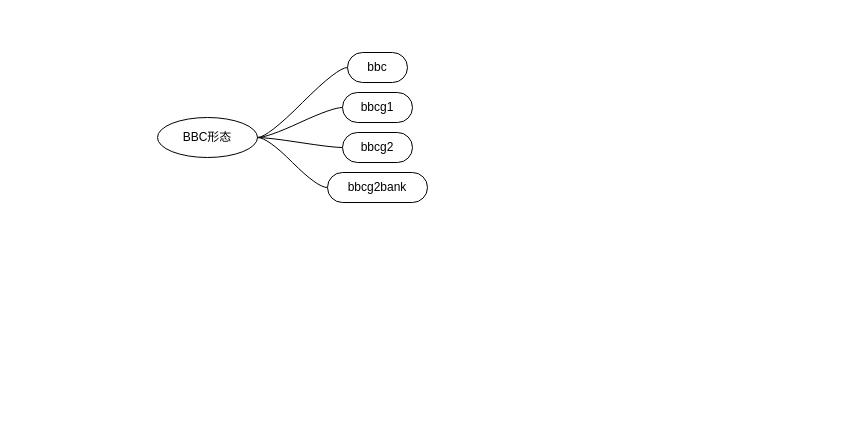
Earlier version of the draw.io diagram page "BBC环境" (3 of 4) of B+.drawio (huturenji/drawio). Source tidied: cells renumbered, new cells numbered last; positions are measured from the earlier drawing's top-left corner, leaving out a move shared by most shapes. Both pictures are drawn from the tidied source at 100%, with x=0, y=0 at pixel (17, 17).
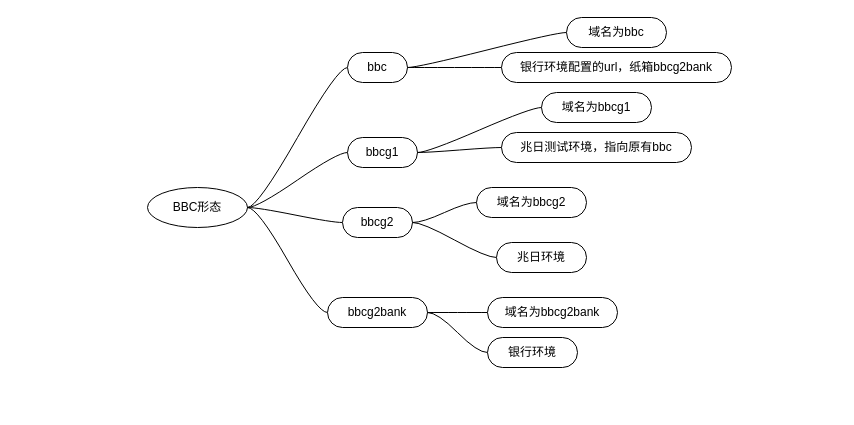
Above is the later version.

The change refers to these unchanged cells:
```xml
<mxCell id="5" value="bbc" style="whiteSpace=wrap;html=1;rounded=1;arcSize=50;align=center;verticalAlign=middle;strokeWidth=1;spacing=4;newEdgeStyle={&quot;edgeStyle&quot;:&quot;entityRelationEdgeStyle&quot;,&quot;startArrow&quot;:&quot;none&quot;,&quot;endArrow&quot;:&quot;none&quot;,&quot;segment&quot;:10,&quot;curved&quot;:1};" parent="2" vertex="1">
  <mxGeometry x="330" y="35" width="60" height="30" as="geometry" />
</mxCell>
```

The edit, as a diff of the source:
```diff
@@
     <mxCell id="2" style="swimlane;startSize=20;horizontal=1;containerType=tree;strokeColor=none;fillColor=none;" parent="1" vertex="1">
-      <mxGeometry width="420" height="185" as="geometry" />
+      <mxGeometry width="820" height="390" as="geometry" />
     </mxCell>
@@
     <mxCell id="4" value="BBC形态" style="ellipse;whiteSpace=wrap;html=1;align=center;newEdgeStyle={&quot;edgeStyle&quot;:&quot;entityRelationEdgeStyle&quot;,&quot;startArrow&quot;:&quot;none&quot;,&quot;endArrow&quot;:&quot;none&quot;,&quot;segment&quot;:10,&quot;curved&quot;:1};" parent="2" vertex="1">
-      <mxGeometry x="140" y="100" width="100" height="40" as="geometry" />
+      <mxGeometry x="130" y="170" width="100" height="40" as="geometry" />
     </mxCell>
@@
     <mxCell id="7" value="bbcg1" style="whiteSpace=wrap;html=1;rounded=1;arcSize=50;align=center;verticalAlign=middle;strokeWidth=1;spacing=4;newEdgeStyle={&quot;edgeStyle&quot;:&quot;entityRelationEdgeStyle&quot;,&quot;startArrow&quot;:&quot;none&quot;,&quot;endArrow&quot;:&quot;none&quot;,&quot;segment&quot;:10,&quot;curved&quot;:1};" parent="2" vertex="1">
-      <mxGeometry x="325" y="75" width="70" height="30" as="geometry" />
+      <mxGeometry x="330" y="120" width="70" height="30" as="geometry" />
     </mxCell>
@@
     <mxCell id="9" value="bbcg2" style="whiteSpace=wrap;html=1;rounded=1;arcSize=50;align=center;verticalAlign=middle;strokeWidth=1;spacing=4;newEdgeStyle={&quot;edgeStyle&quot;:&quot;entityRelationEdgeStyle&quot;,&quot;startArrow&quot;:&quot;none&quot;,&quot;endArrow&quot;:&quot;none&quot;,&quot;segment&quot;:10,&quot;curved&quot;:1};" parent="2" vertex="1">
-      <mxGeometry x="325" y="115" width="70" height="30" as="geometry" />
+      <mxGeometry x="325" y="190" width="70" height="30" as="geometry" />
     </mxCell>
@@
     <mxCell id="11" value="bbcg2bank" style="whiteSpace=wrap;html=1;rounded=1;arcSize=50;align=center;verticalAlign=middle;strokeWidth=1;spacing=4;newEdgeStyle={&quot;edgeStyle&quot;:&quot;entityRelationEdgeStyle&quot;,&quot;startArrow&quot;:&quot;none&quot;,&quot;endArrow&quot;:&quot;none&quot;,&quot;segment&quot;:10,&quot;curved&quot;:1};" parent="2" vertex="1">
-      <mxGeometry x="310" y="155" width="100" height="30" as="geometry" />
+      <mxGeometry x="310" y="280" width="100" height="30" as="geometry" />
     </mxCell>
+    <mxCell id="12" style="edgeStyle=entityRelationEdgeStyle;startArrow=none;endArrow=none;segment=10;curved=1;rounded=0;" parent="2" edge="1" source="5" target="13">
+      <mxGeometry relative="1" as="geometry" />
+    </mxCell>
+    <mxCell id="13" value="银行环境配置的url，纸箱bbcg2bank" style="whiteSpace=wrap;html=1;rounded=1;arcSize=50;align=center;verticalAlign=middle;strokeWidth=1;spacing=4;newEdgeStyle={&quot;edgeStyle&quot;:&quot;entityRelationEdgeStyle&quot;,&quot;startArrow&quot;:&quot;none&quot;,&quot;endArrow&quot;:&quot;none&quot;,&quot;segment&quot;:10,&quot;curved&quot;:1};" parent="2" vertex="1">
+      <mxGeometry x="484" y="35" width="230" height="30" as="geometry" />
+    </mxCell>
+    <mxCell id="14" style="edgeStyle=entityRelationEdgeStyle;startArrow=none;endArrow=none;segment=10;curved=1;rounded=0;" parent="2" edge="1" source="7" target="15">
+      <mxGeometry relative="1" as="geometry" />
+    </mxCell>
+    <mxCell id="15" value="域名为bbcg1" style="whiteSpace=wrap;html=1;rounded=1;arcSize=50;align=center;verticalAlign=middle;strokeWidth=1;spacing=4;newEdgeStyle={&quot;edgeStyle&quot;:&quot;entityRelationEdgeStyle&quot;,&quot;startArrow&quot;:&quot;none&quot;,&quot;endArrow&quot;:&quot;none&quot;,&quot;segment&quot;:10,&quot;curved&quot;:1};" parent="2" vertex="1">
+      <mxGeometry x="524" y="75" width="110" height="30" as="geometry" />
+    </mxCell>
+    <mxCell id="16" style="edgeStyle=entityRelationEdgeStyle;startArrow=none;endArrow=none;segment=10;curved=1;rounded=0;" parent="2" edge="1" source="9" target="17">
+      <mxGeometry relative="1" as="geometry" />
+    </mxCell>
+    <mxCell id="17" value="域名为bbcg2" style="whiteSpace=wrap;html=1;rounded=1;arcSize=50;align=center;verticalAlign=middle;strokeWidth=1;spacing=4;newEdgeStyle={&quot;edgeStyle&quot;:&quot;entityRelationEdgeStyle&quot;,&quot;startArrow&quot;:&quot;none&quot;,&quot;endArrow&quot;:&quot;none&quot;,&quot;segment&quot;:10,&quot;curved&quot;:1};" parent="2" vertex="1">
+      <mxGeometry x="459" y="170" width="110" height="30" as="geometry" />
+    </mxCell>
+    <mxCell id="18" style="edgeStyle=entityRelationEdgeStyle;startArrow=none;endArrow=none;segment=10;curved=1;rounded=0;" parent="2" edge="1" source="11" target="19">
+      <mxGeometry relative="1" as="geometry" />
+    </mxCell>
+    <mxCell id="19" value="域名为bbcg2bank" style="whiteSpace=wrap;html=1;rounded=1;arcSize=50;align=center;verticalAlign=middle;strokeWidth=1;spacing=4;newEdgeStyle={&quot;edgeStyle&quot;:&quot;entityRelationEdgeStyle&quot;,&quot;startArrow&quot;:&quot;none&quot;,&quot;endArrow&quot;:&quot;none&quot;,&quot;segment&quot;:10,&quot;curved&quot;:1};" parent="2" vertex="1">
+      <mxGeometry x="470" y="280" width="130" height="30" as="geometry" />
+    </mxCell>
+    <mxCell id="20" style="edgeStyle=entityRelationEdgeStyle;startArrow=none;endArrow=none;segment=10;curved=1;rounded=0;" parent="2" edge="1" source="5" target="21">
+      <mxGeometry relative="1" as="geometry" />
+    </mxCell>
+    <mxCell id="21" value="域名为bbc" style="whiteSpace=wrap;html=1;rounded=1;arcSize=50;align=center;verticalAlign=middle;strokeWidth=1;spacing=4;newEdgeStyle={&quot;edgeStyle&quot;:&quot;entityRelationEdgeStyle&quot;,&quot;startArrow&quot;:&quot;none&quot;,&quot;endArrow&quot;:&quot;none&quot;,&quot;segment&quot;:10,&quot;curved&quot;:1};" parent="2" vertex="1">
+      <mxGeometry x="549" width="100" height="30" as="geometry" />
+    </mxCell>
+    <mxCell id="22" style="edgeStyle=entityRelationEdgeStyle;startArrow=none;endArrow=none;segment=10;curved=1;rounded=0;" parent="2" edge="1" source="7" target="23">
+      <mxGeometry relative="1" as="geometry" />
+    </mxCell>
+    <mxCell id="23" value="兆日测试环境，指向原有bbc" style="whiteSpace=wrap;html=1;rounded=1;arcSize=50;align=center;verticalAlign=middle;strokeWidth=1;spacing=4;newEdgeStyle={&quot;edgeStyle&quot;:&quot;entityRelationEdgeStyle&quot;,&quot;startArrow&quot;:&quot;none&quot;,&quot;endArrow&quot;:&quot;none&quot;,&quot;segment&quot;:10,&quot;curved&quot;:1};" parent="2" vertex="1">
+      <mxGeometry x="484" y="115" width="190" height="30" as="geometry" />
+    </mxCell>
+    <mxCell id="24" style="edgeStyle=entityRelationEdgeStyle;startArrow=none;endArrow=none;segment=10;curved=1;rounded=0;" parent="2" edge="1" source="9" target="25">
+      <mxGeometry relative="1" as="geometry" />
+    </mxCell>
+    <mxCell id="25" value="兆日环境" style="whiteSpace=wrap;html=1;rounded=1;arcSize=50;align=center;verticalAlign=middle;strokeWidth=1;spacing=4;newEdgeStyle={&quot;edgeStyle&quot;:&quot;entityRelationEdgeStyle&quot;,&quot;startArrow&quot;:&quot;none&quot;,&quot;endArrow&quot;:&quot;none&quot;,&quot;segment&quot;:10,&quot;curved&quot;:1};" parent="2" vertex="1">
+      <mxGeometry x="479" y="225" width="90" height="30" as="geometry" />
+    </mxCell>
+    <mxCell id="26" style="edgeStyle=orthogonalEdgeStyle;rounded=0;orthogonalLoop=1;jettySize=auto;html=1;exitX=0.5;exitY=1;exitDx=0;exitDy=0;" parent="2" edge="1" source="25" target="25">
+      <mxGeometry relative="1" as="geometry" />
+    </mxCell>
+    <mxCell id="27" style="edgeStyle=entityRelationEdgeStyle;startArrow=none;endArrow=none;segment=10;curved=1;rounded=0;" parent="2" edge="1" source="11" target="28">
+      <mxGeometry relative="1" as="geometry" />
+    </mxCell>
+    <mxCell id="28" value="银行环境" style="whiteSpace=wrap;html=1;rounded=1;arcSize=50;align=center;verticalAlign=middle;strokeWidth=1;spacing=4;newEdgeStyle={&quot;edgeStyle&quot;:&quot;entityRelationEdgeStyle&quot;,&quot;startArrow&quot;:&quot;none&quot;,&quot;endArrow&quot;:&quot;none&quot;,&quot;segment&quot;:10,&quot;curved&quot;:1};" parent="2" vertex="1">
+      <mxGeometry x="470" y="320" width="90" height="30" as="geometry" />
+    </mxCell>
```
